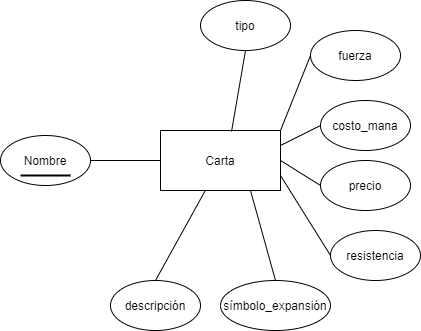
Earlier version of the draw.io export imagenes/relaciones-entidades/entidad-carta.png (crislemen/MagicDB). Source tidied: cells renumbered, new cells last; positions are measured from the earlier drawing's top-left corner, leaving out a move shared by most shapes. Source of this version:
```xml
<mxGraphModel>
  <root>
    <mxCell id="0" />
    <mxCell id="1" parent="0" />
    <mxCell id="2" value="Carta" style="rounded=0;whiteSpace=wrap;html=1;" parent="1" vertex="1">
      <mxGeometry x="160" y="130" width="120" height="60" as="geometry" />
    </mxCell>
    <mxCell id="3" value="Nombre" style="ellipse;whiteSpace=wrap;html=1;" parent="1" vertex="1">
      <mxGeometry y="135" width="90" height="50" as="geometry" />
    </mxCell>
    <mxCell id="4" value="tipo" style="ellipse;whiteSpace=wrap;html=1;" parent="1" vertex="1">
      <mxGeometry x="200" width="90" height="50" as="geometry" />
    </mxCell>
    <mxCell id="5" style="line;strokeWidth=2;html=1;" parent="1" vertex="1">
      <mxGeometry x="20" y="170" width="50" height="10" as="geometry" />
    </mxCell>
    <mxCell id="6" value="descripción" style="ellipse;whiteSpace=wrap;html=1;" parent="1" vertex="1">
      <mxGeometry x="110" y="280" width="90" height="50" as="geometry" />
    </mxCell>
    <mxCell id="7" value="símbolo_expansión" style="ellipse;whiteSpace=wrap;html=1;" parent="1" vertex="1">
      <mxGeometry x="220" y="280" width="110" height="50" as="geometry" />
    </mxCell>
    <mxCell id="8" value="precio" style="ellipse;whiteSpace=wrap;html=1;" parent="1" vertex="1">
      <mxGeometry x="320" y="160" width="90" height="50" as="geometry" />
    </mxCell>
    <mxCell id="9" value="resistencia" style="ellipse;whiteSpace=wrap;html=1;" parent="1" vertex="1">
      <mxGeometry x="330" y="230" width="90" height="50" as="geometry" />
    </mxCell>
    <mxCell id="10" value="costo_mana" style="ellipse;whiteSpace=wrap;html=1;" parent="1" vertex="1">
      <mxGeometry x="320" y="100" width="90" height="50" as="geometry" />
    </mxCell>
    <mxCell id="11" value="fuerza" style="ellipse;whiteSpace=wrap;html=1;" parent="1" vertex="1">
      <mxGeometry x="310" y="30" width="90" height="50" as="geometry" />
    </mxCell>
    <mxCell id="12" style="endArrow=none;html=1;entryX=1;entryY=0.5;entryDx=0;entryDy=0;exitX=0;exitY=0.5;exitDx=0;exitDy=0;" parent="1" edge="1" source="2" target="3">
      <mxGeometry relative="1" as="geometry" />
    </mxCell>
    <mxCell id="13" style="endArrow=none;html=1;entryX=0.5;entryY=1;entryDx=0;entryDy=0;exitX=0.592;exitY=0.017;exitDx=0;exitDy=0;exitPerimeter=0;" parent="1" edge="1" source="2" target="4">
      <mxGeometry relative="1" as="geometry" />
    </mxCell>
    <mxCell id="14" style="endArrow=none;html=1;entryX=0;entryY=0.5;entryDx=0;entryDy=0;exitX=1;exitY=0;exitDx=0;exitDy=0;" parent="1" edge="1" source="2" target="11">
      <mxGeometry relative="1" as="geometry" />
    </mxCell>
    <mxCell id="15" style="endArrow=none;html=1;entryX=0;entryY=0.5;entryDx=0;entryDy=0;exitX=1;exitY=0.25;exitDx=0;exitDy=0;" parent="1" edge="1" source="2" target="10">
      <mxGeometry relative="1" as="geometry" />
    </mxCell>
    <mxCell id="16" style="endArrow=none;html=1;entryX=0;entryY=0.5;entryDx=0;entryDy=0;exitX=1;exitY=0.5;exitDx=0;exitDy=0;" parent="1" edge="1" source="2" target="8">
      <mxGeometry relative="1" as="geometry" />
    </mxCell>
    <mxCell id="17" style="endArrow=none;html=1;entryX=0;entryY=0.5;entryDx=0;entryDy=0;exitX=1;exitY=0.75;exitDx=0;exitDy=0;" parent="1" edge="1" source="2" target="9">
      <mxGeometry relative="1" as="geometry" />
    </mxCell>
    <mxCell id="18" style="endArrow=none;html=1;entryX=0.75;entryY=1;entryDx=0;entryDy=0;exitX=0.5;exitY=0;exitDx=0;exitDy=0;" parent="1" edge="1" source="7" target="2">
      <mxGeometry relative="1" as="geometry" />
    </mxCell>
    <mxCell id="19" style="endArrow=none;html=1;entryX=0.375;entryY=0.994;entryDx=0;entryDy=0;exitX=0.5;exitY=0;exitDx=0;exitDy=0;entryPerimeter=0;" parent="1" edge="1" source="6" target="2">
      <mxGeometry relative="1" as="geometry" />
    </mxCell>
  </root>
</mxGraphModel>
```
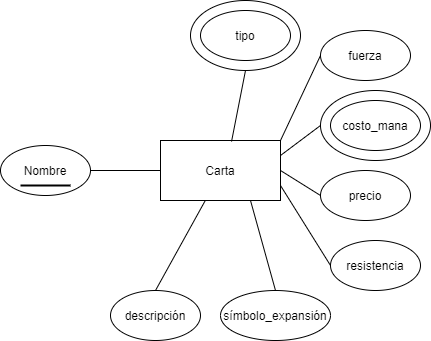
After the change.

Commit message:
Añadida imagen de la entidad carta(modificación)

Change to the diagram source:
```diff
@@ -27,21 +27,21 @@
       <mxGeometry x="330" y="230" width="90" height="50" as="geometry" />
     </mxCell>
     <mxCell id="10" value="costo_mana" style="ellipse;whiteSpace=wrap;html=1;" parent="1" vertex="1">
-      <mxGeometry x="320" y="100" width="90" height="50" as="geometry" />
+      <mxGeometry x="330" y="90" width="90" height="50" as="geometry" />
     </mxCell>
     <mxCell id="11" value="fuerza" style="ellipse;whiteSpace=wrap;html=1;" parent="1" vertex="1">
-      <mxGeometry x="310" y="30" width="90" height="50" as="geometry" />
+      <mxGeometry x="320" y="20" width="90" height="50" as="geometry" />
     </mxCell>
     <mxCell id="12" style="endArrow=none;html=1;entryX=1;entryY=0.5;entryDx=0;entryDy=0;exitX=0;exitY=0.5;exitDx=0;exitDy=0;" parent="1" edge="1" source="2" target="3">
       <mxGeometry relative="1" as="geometry" />
     </mxCell>
-    <mxCell id="13" style="endArrow=none;html=1;entryX=0.5;entryY=1;entryDx=0;entryDy=0;exitX=0.592;exitY=0.017;exitDx=0;exitDy=0;exitPerimeter=0;" parent="1" edge="1" source="2" target="4">
+    <mxCell id="13" style="endArrow=none;html=1;entryX=0.5;entryY=1;entryDx=0;entryDy=0;exitX=0.592;exitY=0.017;exitDx=0;exitDy=0;exitPerimeter=0;" parent="1" edge="1" source="2" target="20">
       <mxGeometry relative="1" as="geometry" />
     </mxCell>
     <mxCell id="14" style="endArrow=none;html=1;entryX=0;entryY=0.5;entryDx=0;entryDy=0;exitX=1;exitY=0;exitDx=0;exitDy=0;" parent="1" edge="1" source="2" target="11">
       <mxGeometry relative="1" as="geometry" />
     </mxCell>
-    <mxCell id="15" style="endArrow=none;html=1;entryX=0;entryY=0.5;entryDx=0;entryDy=0;exitX=1;exitY=0.25;exitDx=0;exitDy=0;" parent="1" edge="1" source="2" target="10">
+    <mxCell id="15" style="endArrow=none;html=1;entryX=0;entryY=0.5;entryDx=0;entryDy=0;exitX=1;exitY=0.25;exitDx=0;exitDy=0;" parent="1" edge="1" source="2" target="21">
       <mxGeometry relative="1" as="geometry" />
     </mxCell>
     <mxCell id="16" style="endArrow=none;html=1;entryX=0;entryY=0.5;entryDx=0;entryDy=0;exitX=1;exitY=0.5;exitDx=0;exitDy=0;" parent="1" edge="1" source="2" target="8">
@@ -56,5 +56,11 @@
     <mxCell id="19" style="endArrow=none;html=1;entryX=0.375;entryY=0.994;entryDx=0;entryDy=0;exitX=0.5;exitY=0;exitDx=0;exitDy=0;entryPerimeter=0;" parent="1" edge="1" source="6" target="2">
       <mxGeometry relative="1" as="geometry" />
     </mxCell>
+    <mxCell id="20" style="ellipse;whiteSpace=wrap;html=1;fillColor=none;" parent="1" vertex="1">
+      <mxGeometry x="190" y="-10" width="110" height="70" as="geometry" />
+    </mxCell>
+    <mxCell id="21" style="ellipse;whiteSpace=wrap;html=1;fillColor=none;" parent="1" vertex="1">
+      <mxGeometry x="320" y="80" width="110" height="70" as="geometry" />
+    </mxCell>
   </root>
 </mxGraphModel>
```
